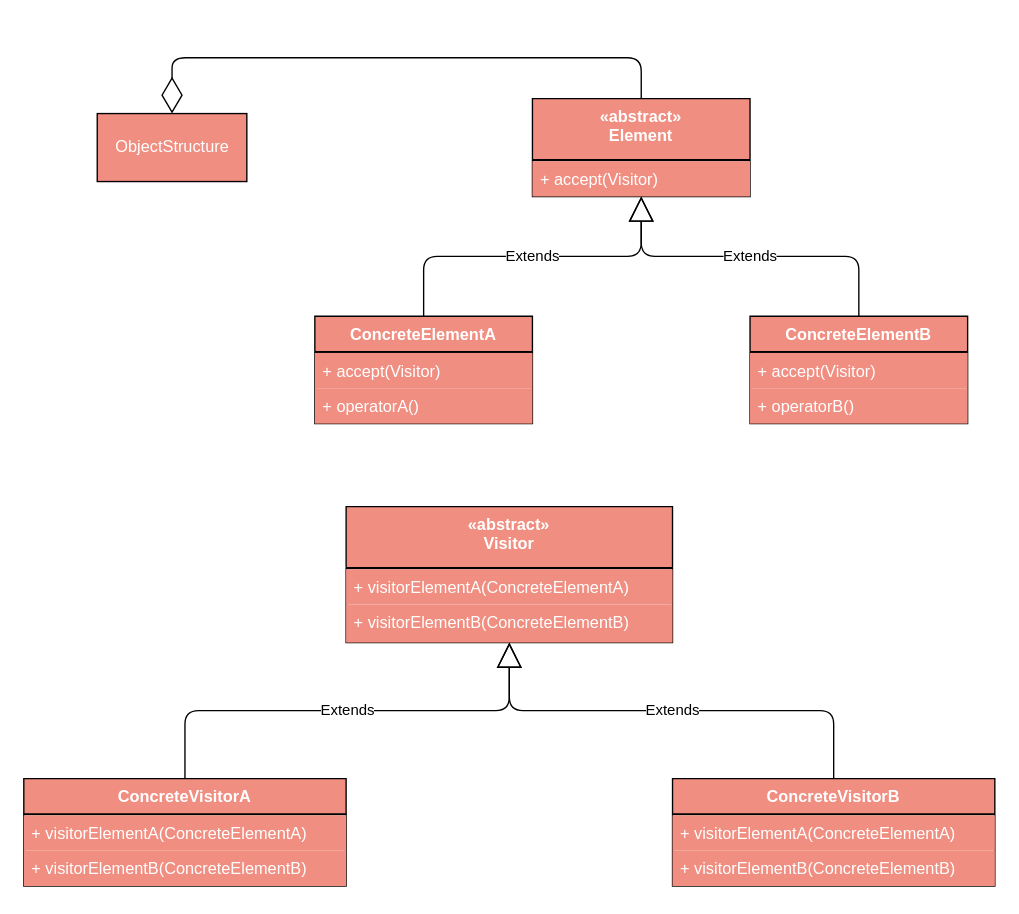
Above: docs/drawio/Visitor.drawio in CodePoem/VDesignPatterns (draw.io), before the change. Source tidied: cells renumbered, new cells numbered last; positions are measured from the earlier drawing's top-left corner, leaving out a move shared by most shapes. Both pictures are drawn from the tidied source at 136%, with x=0, y=0 at pixel (23, 57).
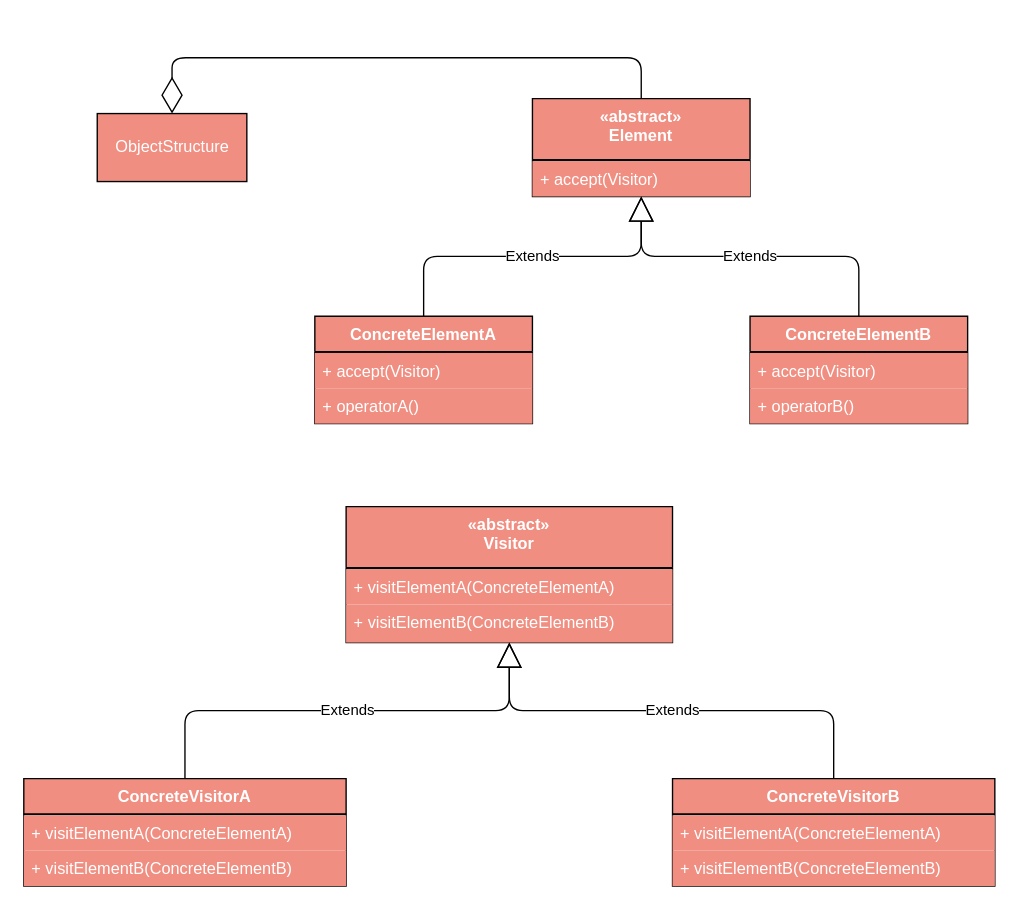
The same page after the edit.

Unchanged cells that the change refers to:
```xml
<mxCell id="2" value="«abstract»&#10;Visitor" style="swimlane;fontStyle=1;align=center;verticalAlign=top;horizontal=1;startSize=45;fillColor=#F08E81;fontColor=#FFFFFF;" parent="1" vertex="1">
  <mxGeometry x="237" y="330" width="240" height="100" as="geometry" />
</mxCell>
<mxCell id="6" value="ConcreteVisitorA" style="swimlane;fontStyle=1;align=center;verticalAlign=top;horizontal=1;startSize=26;fillColor=#F08E81;fontColor=#FFFFFF;" parent="1" vertex="1">
  <mxGeometry y="530" width="237" height="79" as="geometry" />
</mxCell>
<mxCell id="27" value="ConcreteVisitorB" style="swimlane;fontStyle=1;align=center;verticalAlign=top;horizontal=1;startSize=26;fillColor=#F08E81;fontColor=#FFFFFF;" parent="1" vertex="1">
  <mxGeometry x="477" y="530" width="237" height="79" as="geometry" />
</mxCell>
```

The edit, as a diff of the source:
```diff
@@
-    <mxCell id="4" value="+ visitorElementA(ConcreteElementA)" style="text;strokeColor=none;fillColor=#F08E81;align=left;verticalAlign=top;spacingLeft=4;spacingRight=4;overflow=hidden;fontColor=#FFFFFF;" parent="2" vertex="1">
+    <mxCell id="4" value="+ visitElementA(ConcreteElementA)" style="text;strokeColor=none;fillColor=#F08E81;align=left;verticalAlign=top;spacingLeft=4;spacingRight=4;overflow=hidden;fontColor=#FFFFFF;" parent="2" vertex="1">
       <mxGeometry y="46" width="240" height="26" as="geometry" />
     </mxCell>
-    <mxCell id="5" value="+ visitorElementB(ConcreteElementB)" style="text;strokeColor=none;fillColor=#F08E81;align=left;verticalAlign=top;spacingLeft=4;spacingRight=4;overflow=hidden;fontColor=#FFFFFF;" parent="2" vertex="1">
+    <mxCell id="5" value="+ visitElementB(ConcreteElementB)" style="text;strokeColor=none;fillColor=#F08E81;align=left;verticalAlign=top;spacingLeft=4;spacingRight=4;overflow=hidden;fontColor=#FFFFFF;" parent="2" vertex="1">
       <mxGeometry y="72" width="240" height="28" as="geometry" />
     </mxCell>
@@
-    <mxCell id="8" value="+ visitorElementA(ConcreteElementA)" style="text;strokeColor=none;fillColor=#F08E81;align=left;verticalAlign=top;spacingLeft=4;spacingRight=4;overflow=hidden;fontColor=#FFFFFF;" parent="6" vertex="1">
+    <mxCell id="8" value="+ visitElementA(ConcreteElementA)" style="text;strokeColor=none;fillColor=#F08E81;align=left;verticalAlign=top;spacingLeft=4;spacingRight=4;overflow=hidden;fontColor=#FFFFFF;" parent="6" vertex="1">
       <mxGeometry y="27" width="237" height="26" as="geometry" />
     </mxCell>
-    <mxCell id="9" value="+ visitorElementB(ConcreteElementB)" style="text;strokeColor=none;fillColor=#F08E81;align=left;verticalAlign=top;spacingLeft=4;spacingRight=4;overflow=hidden;fontColor=#FFFFFF;" parent="6" vertex="1">
+    <mxCell id="9" value="+ visitElementB(ConcreteElementB)" style="text;strokeColor=none;fillColor=#F08E81;align=left;verticalAlign=top;spacingLeft=4;spacingRight=4;overflow=hidden;fontColor=#FFFFFF;" parent="6" vertex="1">
       <mxGeometry y="53" width="237" height="26" as="geometry" />
     </mxCell>
@@
-    <mxCell id="29" value="+ visitorElementA(ConcreteElementA)" style="text;strokeColor=none;fillColor=#F08E81;align=left;verticalAlign=top;spacingLeft=4;spacingRight=4;overflow=hidden;fontColor=#FFFFFF;" parent="27" vertex="1">
+    <mxCell id="29" value="+ visitElementA(ConcreteElementA)" style="text;strokeColor=none;fillColor=#F08E81;align=left;verticalAlign=top;spacingLeft=4;spacingRight=4;overflow=hidden;fontColor=#FFFFFF;" parent="27" vertex="1">
       <mxGeometry y="27" width="237" height="26" as="geometry" />
     </mxCell>
-    <mxCell id="30" value="+ visitorElementB(ConcreteElementB)" style="text;strokeColor=none;fillColor=#F08E81;align=left;verticalAlign=top;spacingLeft=4;spacingRight=4;overflow=hidden;fontColor=#FFFFFF;" parent="27" vertex="1">
+    <mxCell id="30" value="+ visitElementB(ConcreteElementB)" style="text;strokeColor=none;fillColor=#F08E81;align=left;verticalAlign=top;spacingLeft=4;spacingRight=4;overflow=hidden;fontColor=#FFFFFF;" parent="27" vertex="1">
       <mxGeometry y="53" width="237" height="26" as="geometry" />
     </mxCell>
```
